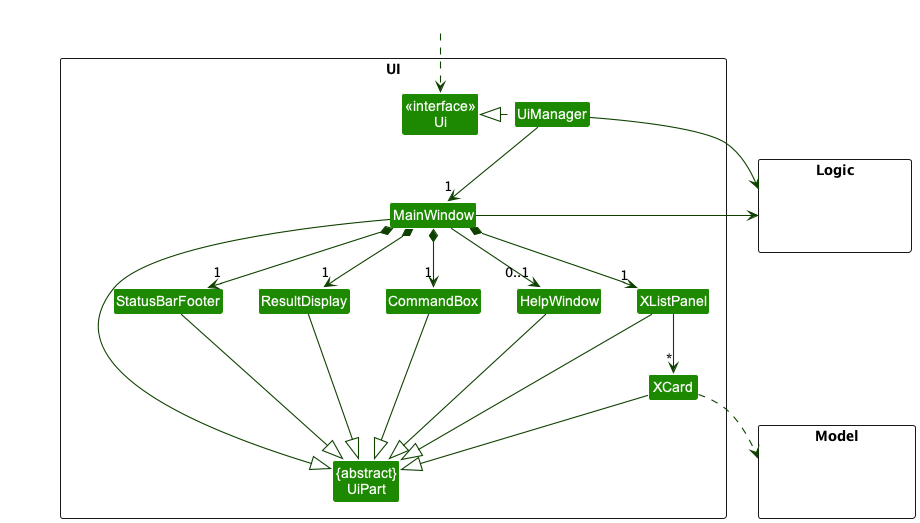
Above: docs/images/UiClassDiagram.png in nus-cs2103-AY2223S2/tp (PlantUML), before the change. Its source is kept beside it as docs/diagrams/UiClassDiagram.puml.
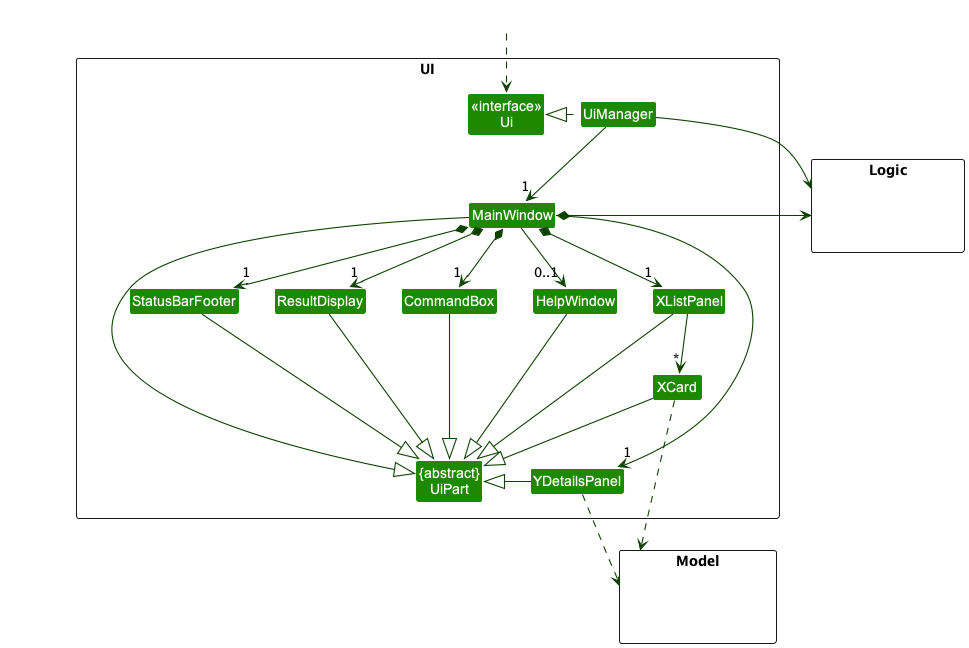
Later version of the same file.

Change to the diagram source:
```diff
@@ -12,6 +12,7 @@
 Class HelpWindow
 Class ResultDisplay
 Class XListPanel
+Class YDetailsPanel
 Class XCard
 Class StatusBarFooter
 Class CommandBox
@@ -34,6 +35,7 @@
 MainWindow *-down-> "1" ResultDisplay
 MainWindow *-down-> "1" XListPanel
 MainWindow *-down-> "1" StatusBarFooter
+MainWindow *-down-> "1" YDetailsPanel
 MainWindow --> "0..1" HelpWindow
 
 XListPanel -down-> "*" XCard
@@ -43,11 +45,14 @@
 ResultDisplay --|> UiPart
 CommandBox --|> UiPart
 XListPanel --|> UiPart
+YDetailsPanel -left-|> UiPart
+
 XCard --|> UiPart
 StatusBarFooter --|> UiPart
 HelpWindow --|> UiPart
 
 XCard ..> Model
+YDetailsPanel ..> Model
 UiManager -right-> Logic
 MainWindow -left-> Logic
 
```
